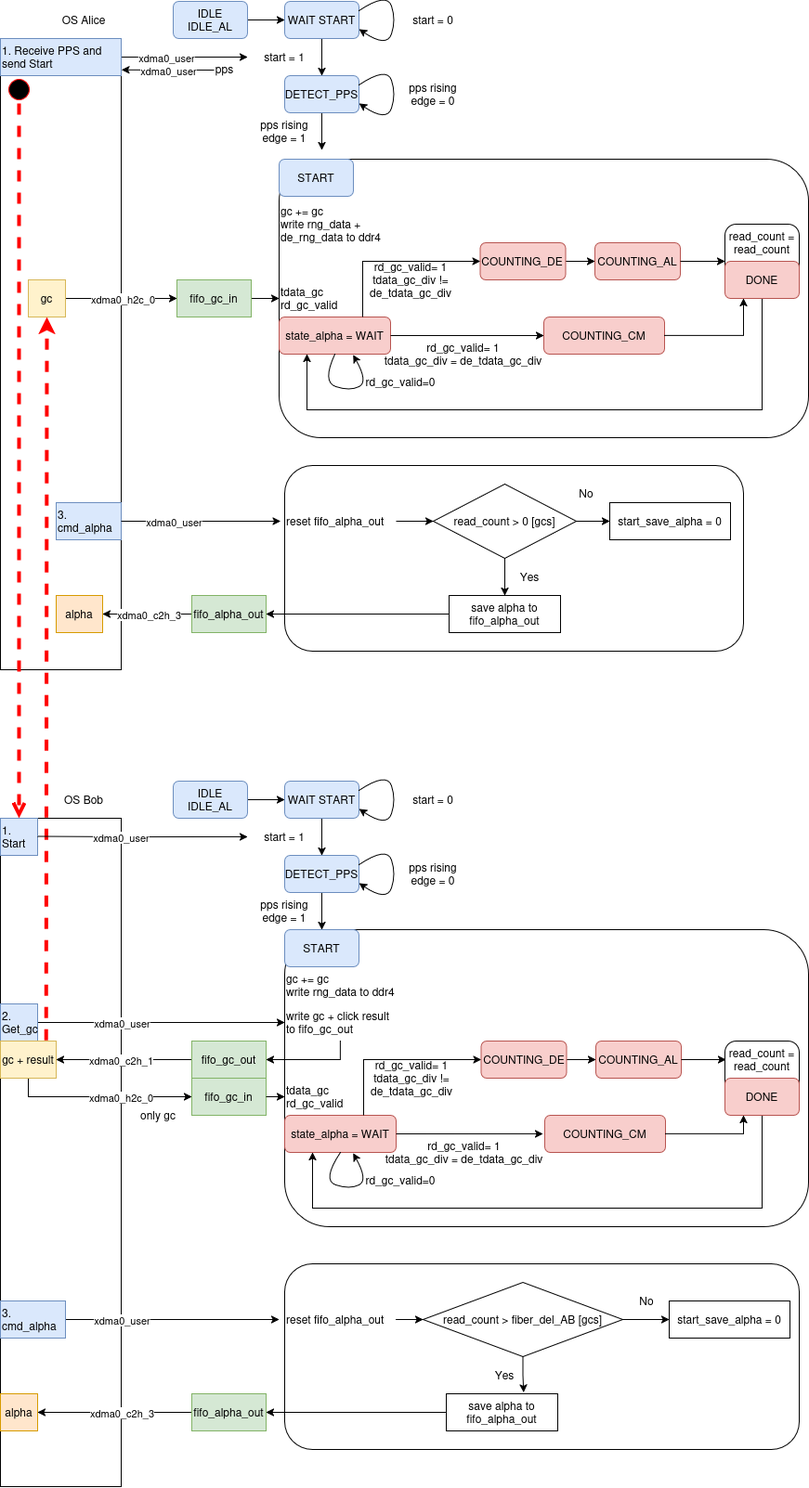
The draw.io diagram general-doc/src/electronics/fpga/pics/ddr4_data_flow.png in Veriqloud/kiwi_doc, before a commit. Source tidied: cells renumbered, new cells last; positions are measured from the earlier drawing's top-left corner, leaving out a move shared by most shapes.
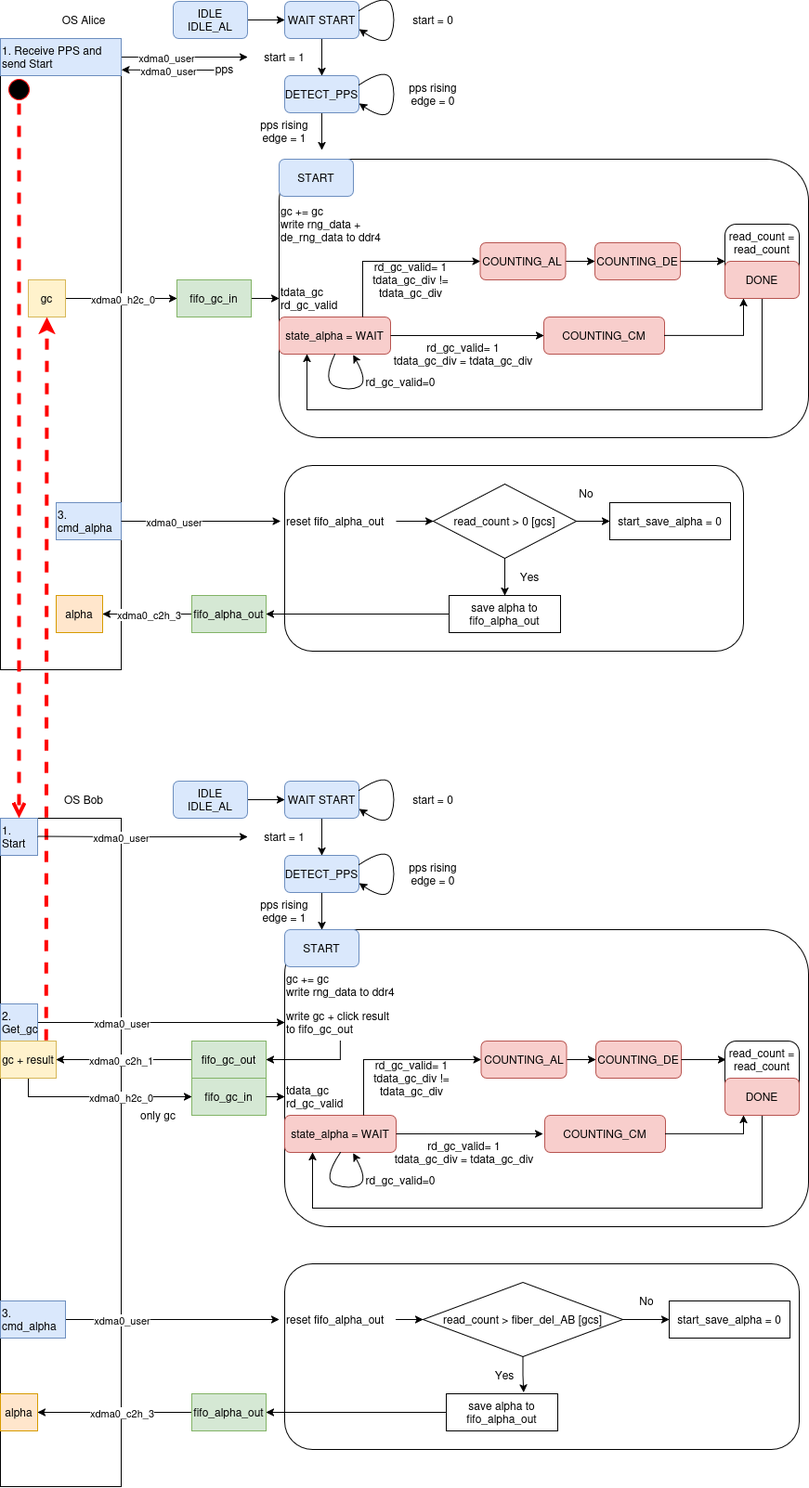
The same file after the commit.

What changed in the source:
```diff
@@ -259,7 +259,7 @@
     <mxCell id="64" value="fifo_gc_in" style="rounded=0;whiteSpace=wrap;html=1;fillColor=#d5e8d4;strokeColor=#82b366;" parent="1" vertex="1">
       <mxGeometry x="190" y="310" width="80" height="40" as="geometry" />
     </mxCell>
-    <mxCell id="65" value="&lt;div&gt;rd_gc_valid= 1&lt;/div&gt;&lt;div&gt;tdata_gc_div = de_tdata_gc_div&lt;br&gt;&lt;/div&gt;" style="text;html=1;align=center;verticalAlign=middle;whiteSpace=wrap;rounded=0;" parent="1" vertex="1">
+    <mxCell id="65" value="&lt;div&gt;rd_gc_valid= 1&lt;/div&gt;&lt;div&gt;tdata_gc_div = tdata_gc_div&lt;br&gt;&lt;/div&gt;" style="text;html=1;align=center;verticalAlign=middle;whiteSpace=wrap;rounded=0;" parent="1" vertex="1">
       <mxGeometry x="407" y="370" width="183" height="40" as="geometry" />
     </mxCell>
     <mxCell id="66" style="edgeStyle=orthogonalEdgeStyle;rounded=0;jettySize=auto;html=1;exitX=0;exitY=0.5;exitDx=0;exitDy=0;" parent="1" edge="1" source="67">
@@ -463,7 +463,7 @@
     <mxCell id="120" style="endArrow=classic;html=1;rounded=0;exitX=1;exitY=0.5;exitDx=0;exitDy=0;entryX=0;entryY=0.5;entryDx=0;entryDy=0;" parent="1" edge="1" source="62" target="70">
       <mxGeometry relative="1" as="geometry" />
     </mxCell>
-    <mxCell id="121" value="&lt;div&gt;rd_gc_valid= 1&lt;/div&gt;&lt;div&gt;tdata_gc_div != de_tdata_gc_div&lt;br&gt;&lt;/div&gt;" style="text;html=1;align=center;verticalAlign=middle;whiteSpace=wrap;rounded=0;" parent="1" vertex="1">
+    <mxCell id="121" value="&lt;div&gt;rd_gc_valid= 1&lt;/div&gt;&lt;div&gt;tdata_gc_div != tdata_gc_div&lt;br&gt;&lt;/div&gt;" style="text;html=1;align=center;verticalAlign=middle;whiteSpace=wrap;rounded=0;" parent="1" vertex="1">
       <mxGeometry x="388" y="290" width="108" height="40" as="geometry" />
     </mxCell>
     <mxCell id="122" style="endArrow=classic;html=1;rounded=0;exitX=1;exitY=0.5;exitDx=0;exitDy=0;entryX=0.25;entryY=1;entryDx=0;entryDy=0;" parent="1" edge="1" source="70" target="72">
@@ -476,7 +476,7 @@
     <mxCell id="123" style="edgeStyle=orthogonalEdgeStyle;rounded=0;jettySize=auto;html=1;" parent="1" edge="1" source="124" target="126">
       <mxGeometry relative="1" as="geometry" />
     </mxCell>
-    <mxCell id="124" value="COUNTING_DE" style="text;html=1;align=center;verticalAlign=middle;whiteSpace=wrap;rounded=1;fillColor=#f8cecc;strokeColor=#b85450;" parent="1" vertex="1">
+    <mxCell id="124" value="COUNTING_AL" style="text;html=1;align=center;verticalAlign=middle;whiteSpace=wrap;rounded=1;fillColor=#f8cecc;strokeColor=#b85450;" parent="1" vertex="1">
       <mxGeometry x="516.5" y="270" width="92" height="40" as="geometry" />
     </mxCell>
     <mxCell id="125" style="endArrow=classic;html=1;rounded=0;exitX=0.75;exitY=0;exitDx=0;exitDy=0;entryX=0;entryY=0.5;entryDx=0;entryDy=0;" parent="1" edge="1" source="62" target="124">
@@ -486,25 +486,25 @@
         </Array>
       </mxGeometry>
     </mxCell>
-    <mxCell id="126" value="COUNTING_AL" style="text;html=1;align=center;verticalAlign=middle;whiteSpace=wrap;rounded=1;fillColor=#f8cecc;strokeColor=#b85450;" parent="1" vertex="1">
+    <mxCell id="126" value="COUNTING_DE" style="text;html=1;align=center;verticalAlign=middle;whiteSpace=wrap;rounded=1;fillColor=#f8cecc;strokeColor=#b85450;" parent="1" vertex="1">
       <mxGeometry x="640" y="270" width="92" height="40" as="geometry" />
     </mxCell>
     <mxCell id="127" style="endArrow=classic;html=1;rounded=0;exitX=1;exitY=0.5;exitDx=0;exitDy=0;entryX=0;entryY=0;entryDx=0;entryDy=0;" parent="1" edge="1" source="126" target="73">
       <mxGeometry relative="1" as="geometry" />
     </mxCell>
-    <mxCell id="128" value="&lt;div&gt;rd_gc_valid= 1&lt;/div&gt;&lt;div&gt;tdata_gc_div = de_tdata_gc_div&lt;br&gt;&lt;/div&gt;" style="text;html=1;align=center;verticalAlign=middle;whiteSpace=wrap;rounded=0;" parent="1" vertex="1">
+    <mxCell id="128" value="&lt;div&gt;rd_gc_valid= 1&lt;/div&gt;&lt;div&gt;tdata_gc_div = tdata_gc_div&lt;br&gt;&lt;/div&gt;" style="text;html=1;align=center;verticalAlign=middle;whiteSpace=wrap;rounded=0;" parent="1" vertex="1">
       <mxGeometry x="408" y="1230" width="183" height="40" as="geometry" />
     </mxCell>
     <mxCell id="129" value="COUNTING_CM" style="text;html=1;align=center;verticalAlign=middle;whiteSpace=wrap;rounded=1;fillColor=#f8cecc;strokeColor=#b85450;" parent="1" vertex="1">
       <mxGeometry x="586" y="1210" width="130" height="40" as="geometry" />
     </mxCell>
-    <mxCell id="130" value="&lt;div&gt;rd_gc_valid= 1&lt;/div&gt;&lt;div&gt;tdata_gc_div != de_tdata_gc_div&lt;br&gt;&lt;/div&gt;" style="text;html=1;align=center;verticalAlign=middle;whiteSpace=wrap;rounded=0;" parent="1" vertex="1">
+    <mxCell id="130" value="&lt;div&gt;rd_gc_valid= 1&lt;/div&gt;&lt;div&gt;tdata_gc_div != tdata_gc_div&lt;br&gt;&lt;/div&gt;" style="text;html=1;align=center;verticalAlign=middle;whiteSpace=wrap;rounded=0;" parent="1" vertex="1">
       <mxGeometry x="389" y="1150" width="108" height="40" as="geometry" />
     </mxCell>
     <mxCell id="131" style="edgeStyle=orthogonalEdgeStyle;rounded=0;jettySize=auto;html=1;" parent="1" edge="1" source="132" target="134">
       <mxGeometry relative="1" as="geometry" />
     </mxCell>
-    <mxCell id="132" value="COUNTING_DE" style="text;html=1;align=center;verticalAlign=middle;whiteSpace=wrap;rounded=1;fillColor=#f8cecc;strokeColor=#b85450;" parent="1" vertex="1">
+    <mxCell id="132" value="COUNTING_AL" style="text;html=1;align=center;verticalAlign=middle;whiteSpace=wrap;rounded=1;fillColor=#f8cecc;strokeColor=#b85450;" parent="1" vertex="1">
       <mxGeometry x="517.5" y="1130" width="92" height="40" as="geometry" />
     </mxCell>
     <mxCell id="133" style="endArrow=classic;html=1;rounded=0;exitX=0.75;exitY=0;exitDx=0;exitDy=0;entryX=0;entryY=0.5;entryDx=0;entryDy=0;" parent="1" edge="1" target="132">
@@ -515,7 +515,7 @@
         </Array>
       </mxGeometry>
     </mxCell>
-    <mxCell id="134" value="COUNTING_AL" style="text;html=1;align=center;verticalAlign=middle;whiteSpace=wrap;rounded=1;fillColor=#f8cecc;strokeColor=#b85450;" parent="1" vertex="1">
+    <mxCell id="134" value="COUNTING_DE" style="text;html=1;align=center;verticalAlign=middle;whiteSpace=wrap;rounded=1;fillColor=#f8cecc;strokeColor=#b85450;" parent="1" vertex="1">
       <mxGeometry x="641" y="1130" width="92" height="40" as="geometry" />
     </mxCell>
     <mxCell id="135" style="endArrow=classic;html=1;rounded=0;exitX=1;exitY=0.5;exitDx=0;exitDy=0;entryX=0;entryY=0;entryDx=0;entryDy=0;" parent="1" edge="1" source="134">
```
